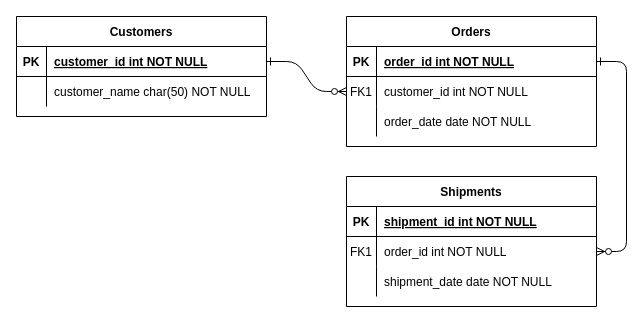
Above: Untitled Diagram.drawio in Iknip26/PAD_portofolio_TA (draw.io), before the change. Source tidied: cells renumbered, new cells numbered last; positions are measured from the earlier drawing's top-left corner, leaving out a move shared by most shapes. Both pictures are drawn from the tidied source at 100%, with x=0, y=0 at pixel (16, 16).
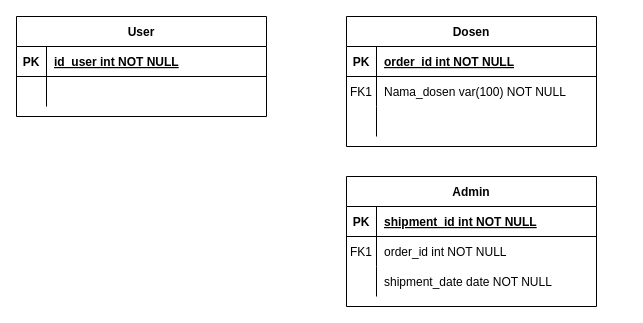
After the change.

The change refers to these unchanged cells:
```xml
<mxCell id="5" style="shape=partialRectangle;fillColor=none;points=[[0,0.5],[1,0.5]];portConstraint=eastwest;top=0;left=0;right=0;bottom=1;" parent="4" vertex="1">
  <mxGeometry y="30" width="250" height="30" as="geometry" />
</mxCell>
<mxCell id="8" style="shape=partialRectangle;fillColor=none;points=[[0,0.5],[1,0.5]];portConstraint=eastwest;top=0;left=0;right=0;bottom=0;" parent="4" vertex="1">
  <mxGeometry y="60" width="250" height="30" as="geometry" />
</mxCell>
<mxCell id="11" style="shape=partialRectangle;fillColor=none;top=0;left=0;right=0;bottom=0;" parent="4" vertex="1">
  <mxGeometry y="90" width="250" height="30" as="geometry" />
</mxCell>
<mxCell id="18" style="shape=partialRectangle;fillColor=none;points=[[0,0.5],[1,0.5]];portConstraint=eastwest;top=0;left=0;right=0;bottom=0;" parent="14" vertex="1">
  <mxGeometry y="60" width="250" height="30" as="geometry" />
</mxCell>
<mxCell id="25" style="shape=partialRectangle;fillColor=none;points=[[0,0.5],[1,0.5]];portConstraint=eastwest;top=0;left=0;right=0;bottom=1;" parent="24" vertex="1">
  <mxGeometry y="30" width="250" height="30" as="geometry" />
</mxCell>
<mxCell id="28" style="shape=partialRectangle;fillColor=none;top=0;left=0;right=0;bottom=0;" parent="24" vertex="1">
  <mxGeometry y="60" width="250" height="30" as="geometry" />
</mxCell>
```

Change to the diagram source:
```diff
@@
-    <mxCell id="2" style="edgeStyle=entityRelationEdgeStyle;endArrow=ERzeroToMany;startArrow=ERone;endFill=1;startFill=0;" parent="1" edge="1" source="25" target="8">
-      <mxGeometry relative="1" as="geometry" />
-    </mxCell>
-    <mxCell id="3" style="edgeStyle=entityRelationEdgeStyle;endArrow=ERzeroToMany;startArrow=ERone;endFill=1;startFill=0;" parent="1" edge="1" source="5" target="18">
-      <mxGeometry relative="1" as="geometry" />
-    </mxCell>
-    <mxCell id="4" value="Orders" style="shape=table;startSize=30;childLayout=tableLayout;rowLines=0;fontStyle=1;align=center;" parent="1" vertex="1">
+    <mxCell id="4" value="Dosen" style="shape=table;startSize=30;childLayout=tableLayout;rowLines=0;fontStyle=1;align=center;" parent="1" vertex="1">
       <mxGeometry x="330" width="250" height="130" as="geometry" />
     </mxCell>
@@
-    <mxCell id="10" value="customer_id int NOT NULL" style="shape=partialRectangle;overflow=hidden;fillColor=none;top=0;left=0;bottom=0;right=0;align=left;spacingLeft=6;" parent="8" vertex="1">
+    <mxCell id="10" value="Nama_dosen var(100) NOT NULL" style="shape=partialRectangle;overflow=hidden;fillColor=none;top=0;left=0;bottom=0;right=0;align=left;spacingLeft=6;" parent="8" vertex="1">
       <mxGeometry x="30" width="220" height="30" as="geometry" />
     </mxCell>
@@
-    <mxCell id="13" value="order_date date NOT NULL" style="shape=partialRectangle;overflow=hidden;fillColor=none;top=0;left=0;bottom=0;right=0;align=left;spacingLeft=6;" parent="11" vertex="1">
+    <mxCell id="13" style="shape=partialRectangle;overflow=hidden;fillColor=none;top=0;left=0;bottom=0;right=0;align=left;spacingLeft=6;" parent="11" vertex="1">
       <mxGeometry x="30" width="220" height="30" as="geometry" />
     </mxCell>
-    <mxCell id="14" value="Shipments" style="shape=table;startSize=30;childLayout=tableLayout;rowLines=0;fontStyle=1;align=center;" parent="1" vertex="1">
+    <mxCell id="14" value="Admin" style="shape=table;startSize=30;childLayout=tableLayout;rowLines=0;fontStyle=1;align=center;" parent="1" vertex="1">
       <mxGeometry x="330" y="160" width="250" height="130" as="geometry" />
     </mxCell>
@@
-    <mxCell id="24" value="Customers" style="shape=table;startSize=30;childLayout=tableLayout;rowLines=0;fontStyle=1;align=center;" parent="1" vertex="1">
+    <mxCell id="24" value="User" style="shape=table;startSize=30;childLayout=tableLayout;rowLines=0;fontStyle=1;align=center;" parent="1" vertex="1">
       <mxGeometry width="250" height="100" as="geometry" />
     </mxCell>
@@
-    <mxCell id="27" value="customer_id int NOT NULL " style="shape=partialRectangle;overflow=hidden;fillColor=none;top=0;left=0;bottom=0;right=0;align=left;spacingLeft=6;fontStyle=5;" parent="25" vertex="1">
+    <mxCell id="27" value="id_user int NOT NULL " style="shape=partialRectangle;overflow=hidden;fillColor=none;top=0;left=0;bottom=0;right=0;align=left;spacingLeft=6;fontStyle=5;" parent="25" vertex="1">
       <mxGeometry x="30" width="220" height="30" as="geometry" />
     </mxCell>
@@
-    <mxCell id="30" value="customer_name char(50) NOT NULL" style="shape=partialRectangle;overflow=hidden;fillColor=none;top=0;left=0;bottom=0;right=0;align=left;spacingLeft=6;" parent="28" vertex="1">
+    <mxCell id="30" style="shape=partialRectangle;overflow=hidden;fillColor=none;top=0;left=0;bottom=0;right=0;align=left;spacingLeft=6;" parent="28" vertex="1">
       <mxGeometry x="30" width="220" height="30" as="geometry" />
     </mxCell>
```
